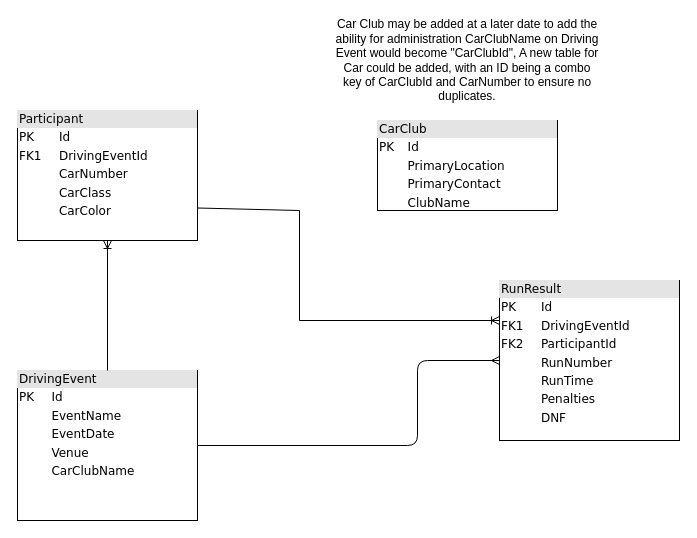
ChumboMJ/ApexVisualizerFunctions keeps this draw.io diagram as Untitled Diagram.drawio. Above is the earlier version. Source tidied: cells renumbered, new cells numbered last; positions are measured from the earlier drawing's top-left corner, leaving out a move shared by most shapes. Both pictures are drawn from the tidied source at 100%, with x=0, y=0 at pixel (17, 20).
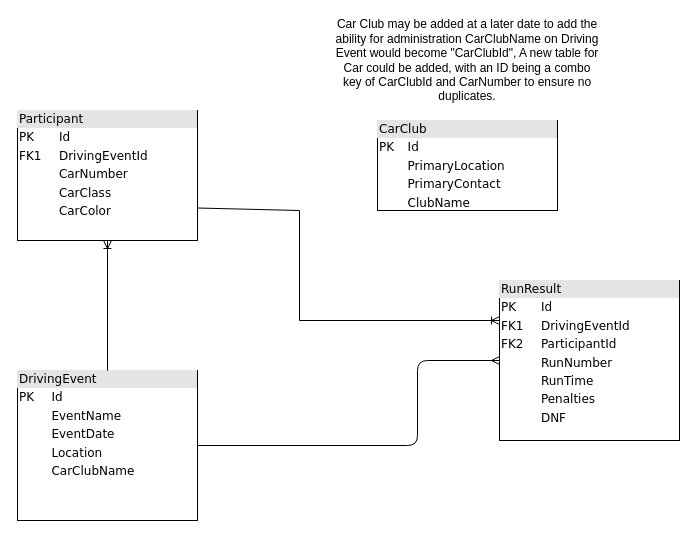
The same page after the edit.

The edit, as a diff of the source:
```diff
@@
 <mxGraphModel>
   <root>
     <mxCell id="0" />
     <mxCell id="1" parent="0" />
     <mxCell id="2" style="edgeStyle=orthogonalEdgeStyle;html=1;entryX=1;entryY=0.5;labelBackgroundColor=none;startArrow=ERmany;endArrow=none;fontFamily=Verdana;fontSize=12;align=left;entryDx=0;entryDy=0;exitX=0;exitY=0.5;exitDx=0;exitDy=0;startFill=0;endFill=0;" parent="1" edge="1" source="3" target="5">
       <mxGeometry relative="1" as="geometry">
         <Array as="points">
           <mxPoint x="400" y="425" />
         </Array>
       </mxGeometry>
     </mxCell>
     <mxCell id="3" value="&lt;div style=&quot;box-sizing: border-box ; width: 100% ; background: #e4e4e4 ; padding: 2px&quot;&gt;RunResult&lt;/div&gt;&lt;table style=&quot;width: 100% ; font-size: 1em&quot; cellpadding=&quot;2&quot; cellspacing=&quot;0&quot;&gt;&lt;tbody&gt;&lt;tr&gt;&lt;td&gt;PK&lt;/td&gt;&lt;td&gt;Id&lt;/td&gt;&lt;/tr&gt;&lt;tr&gt;&lt;td&gt;FK1&lt;/td&gt;&lt;td&gt;DrivingEventId&lt;/td&gt;&lt;/tr&gt;&lt;tr&gt;&lt;td&gt;FK2&lt;/td&gt;&lt;td&gt;ParticipantId&lt;/td&gt;&lt;/tr&gt;&lt;tr&gt;&lt;td&gt;&lt;br&gt;&lt;/td&gt;&lt;td&gt;RunNumber&lt;/td&gt;&lt;/tr&gt;&lt;tr&gt;&lt;td&gt;&lt;br&gt;&lt;/td&gt;&lt;td&gt;RunTime&lt;/td&gt;&lt;/tr&gt;&lt;tr&gt;&lt;td&gt;&lt;br&gt;&lt;/td&gt;&lt;td&gt;Penalties&lt;/td&gt;&lt;/tr&gt;&lt;tr&gt;&lt;td&gt;&lt;br&gt;&lt;/td&gt;&lt;td&gt;DNF&lt;/td&gt;&lt;/tr&gt;&lt;/tbody&gt;&lt;/table&gt;" style="verticalAlign=top;align=left;overflow=fill;html=1;rounded=0;shadow=0;comic=0;labelBackgroundColor=none;strokeWidth=1;fontFamily=Verdana;fontSize=12;" parent="1" vertex="1">
       <mxGeometry x="482" y="260" width="180" height="160" as="geometry" />
     </mxCell>
     <mxCell id="4" value="&lt;div style=&quot;box-sizing: border-box ; width: 100% ; background: #e4e4e4 ; padding: 2px&quot;&gt;Participant&lt;/div&gt;&lt;table style=&quot;width: 100% ; font-size: 1em&quot; cellpadding=&quot;2&quot; cellspacing=&quot;0&quot;&gt;&lt;tbody&gt;&lt;tr&gt;&lt;td&gt;PK&lt;/td&gt;&lt;td&gt;Id&lt;/td&gt;&lt;/tr&gt;&lt;tr&gt;&lt;td&gt;FK1&lt;/td&gt;&lt;td&gt;DrivingEventId&lt;/td&gt;&lt;/tr&gt;&lt;tr&gt;&lt;td&gt;&lt;/td&gt;&lt;td&gt;CarNumber&lt;/td&gt;&lt;/tr&gt;&lt;tr&gt;&lt;td&gt;&lt;br&gt;&lt;/td&gt;&lt;td&gt;CarClass&lt;br&gt;&lt;/td&gt;&lt;/tr&gt;&lt;tr&gt;&lt;td&gt;&lt;br&gt;&lt;/td&gt;&lt;td&gt;CarColor&lt;/td&gt;&lt;/tr&gt;&lt;/tbody&gt;&lt;/table&gt;" style="verticalAlign=top;align=left;overflow=fill;html=1;rounded=0;shadow=0;comic=0;labelBackgroundColor=none;strokeWidth=1;fontFamily=Verdana;fontSize=12;" parent="1" vertex="1">
       <mxGeometry y="90" width="180" height="130" as="geometry" />
     </mxCell>
-    <mxCell id="5" value="&lt;div style=&quot;box-sizing: border-box ; width: 100% ; background: #e4e4e4 ; padding: 2px&quot;&gt;DrivingEvent&lt;/div&gt;&lt;table style=&quot;width: 100% ; font-size: 1em&quot; cellpadding=&quot;2&quot; cellspacing=&quot;0&quot;&gt;&lt;tbody&gt;&lt;tr&gt;&lt;td&gt;PK&lt;/td&gt;&lt;td&gt;Id&lt;/td&gt;&lt;/tr&gt;&lt;tr&gt;&lt;td&gt;&lt;br&gt;&lt;/td&gt;&lt;td&gt;EventName&lt;/td&gt;&lt;/tr&gt;&lt;tr&gt;&lt;td&gt;&lt;/td&gt;&lt;td&gt;EventDate&lt;/td&gt;&lt;/tr&gt;&lt;tr&gt;&lt;td&gt;&lt;/td&gt;&lt;td&gt;Venue&lt;/td&gt;&lt;/tr&gt;&lt;tr&gt;&lt;td&gt;&lt;br&gt;&lt;/td&gt;&lt;td&gt;CarClubName&lt;/td&gt;&lt;/tr&gt;&lt;/tbody&gt;&lt;/table&gt;" style="verticalAlign=top;align=left;overflow=fill;html=1;rounded=0;shadow=0;comic=0;labelBackgroundColor=none;strokeWidth=1;fontFamily=Verdana;fontSize=12;" parent="1" vertex="1">
+    <mxCell id="5" value="&lt;div style=&quot;box-sizing: border-box ; width: 100% ; background: #e4e4e4 ; padding: 2px&quot;&gt;DrivingEvent&lt;/div&gt;&lt;table style=&quot;width: 100% ; font-size: 1em&quot; cellpadding=&quot;2&quot; cellspacing=&quot;0&quot;&gt;&lt;tbody&gt;&lt;tr&gt;&lt;td&gt;PK&lt;/td&gt;&lt;td&gt;Id&lt;/td&gt;&lt;/tr&gt;&lt;tr&gt;&lt;td&gt;&lt;br&gt;&lt;/td&gt;&lt;td&gt;EventName&lt;/td&gt;&lt;/tr&gt;&lt;tr&gt;&lt;td&gt;&lt;/td&gt;&lt;td&gt;EventDate&lt;/td&gt;&lt;/tr&gt;&lt;tr&gt;&lt;td&gt;&lt;/td&gt;&lt;td&gt;Location&lt;/td&gt;&lt;/tr&gt;&lt;tr&gt;&lt;td&gt;&lt;br&gt;&lt;/td&gt;&lt;td&gt;CarClubName&lt;/td&gt;&lt;/tr&gt;&lt;/tbody&gt;&lt;/table&gt;" style="verticalAlign=top;align=left;overflow=fill;html=1;rounded=0;shadow=0;comic=0;labelBackgroundColor=none;strokeWidth=1;fontFamily=Verdana;fontSize=12;" parent="1" vertex="1">
       <mxGeometry y="350" width="180" height="150" as="geometry" />
     </mxCell>
     <mxCell id="6" style="endArrow=ERoneToMany;html=1;rounded=0;entryX=0.5;entryY=1;entryDx=0;entryDy=0;exitX=0.5;exitY=0;exitDx=0;exitDy=0;endFill=0;" parent="1" edge="1" source="5" target="4">
       <mxGeometry relative="1" as="geometry" />
     </mxCell>
     <mxCell id="7" value="&lt;div style=&quot;box-sizing: border-box ; width: 100% ; background: #e4e4e4 ; padding: 2px&quot;&gt;CarClub&lt;/div&gt;&lt;table style=&quot;width: 100% ; font-size: 1em&quot; cellpadding=&quot;2&quot; cellspacing=&quot;0&quot;&gt;&lt;tbody&gt;&lt;tr&gt;&lt;td&gt;PK&lt;/td&gt;&lt;td&gt;Id&lt;/td&gt;&lt;/tr&gt;&lt;tr&gt;&lt;td&gt;&lt;br&gt;&lt;/td&gt;&lt;td&gt;PrimaryLocation&lt;/td&gt;&lt;/tr&gt;&lt;tr&gt;&lt;td&gt;&lt;/td&gt;&lt;td&gt;PrimaryContact&lt;/td&gt;&lt;/tr&gt;&lt;tr&gt;&lt;td&gt;&lt;br&gt;&lt;/td&gt;&lt;td&gt;ClubName&lt;br&gt;&lt;/td&gt;&lt;/tr&gt;&lt;/tbody&gt;&lt;/table&gt;" style="verticalAlign=top;align=left;overflow=fill;html=1;rounded=0;shadow=0;comic=0;labelBackgroundColor=none;strokeWidth=1;fontFamily=Verdana;fontSize=12;" parent="1" vertex="1">
       <mxGeometry x="360" y="100" width="180" height="90" as="geometry" />
     </mxCell>
     <mxCell id="8" value="Car Club may be added at a later date to add the ability for administration CarClubName on Driving Event would become &quot;CarClubId&quot;, A new table for Car could be added, with an ID being a combo key of CarClubId and CarNumber to ensure no duplicates." style="text;html=1;align=center;verticalAlign=middle;whiteSpace=wrap;rounded=0;" parent="1" vertex="1">
       <mxGeometry x="315" width="270" height="80" as="geometry" />
     </mxCell>
     <mxCell id="9" style="endArrow=ERoneToMany;html=1;rounded=0;exitX=1;exitY=0.75;exitDx=0;exitDy=0;entryX=0;entryY=0.25;entryDx=0;entryDy=0;endFill=0;" parent="1" edge="1" source="4" target="3">
       <mxGeometry relative="1" as="geometry">
         <Array as="points">
           <mxPoint x="282" y="190" />
           <mxPoint x="282" y="300" />
         </Array>
       </mxGeometry>
     </mxCell>
   </root>
 </mxGraphModel>
```
